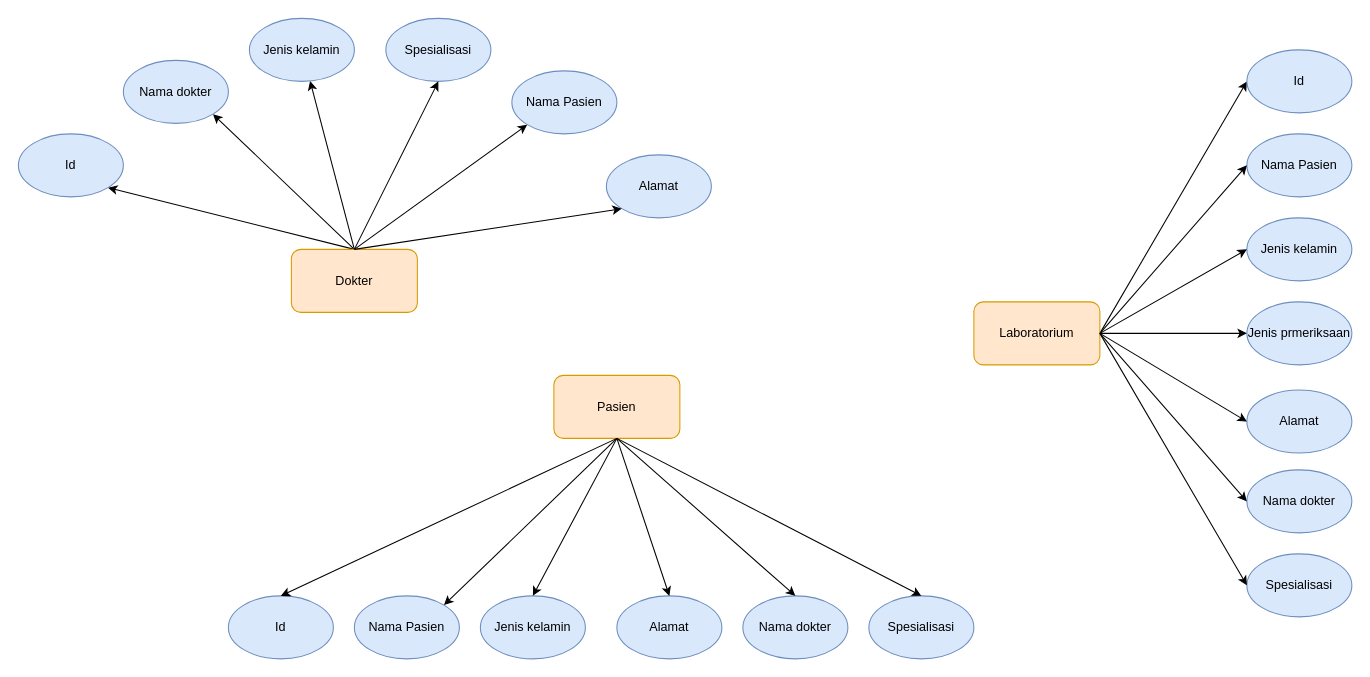
Earlier version of the draw.io diagram pertemuan2/pertemuan2 .drawio (Nurrohman10/IF214002). Source tidied: cells renumbered, new cells numbered last; positions are measured from the earlier drawing's top-left corner, leaving out a move shared by most shapes. Both pictures are drawn from the tidied source at 105%, with x=0, y=0 at pixel (18, 18).
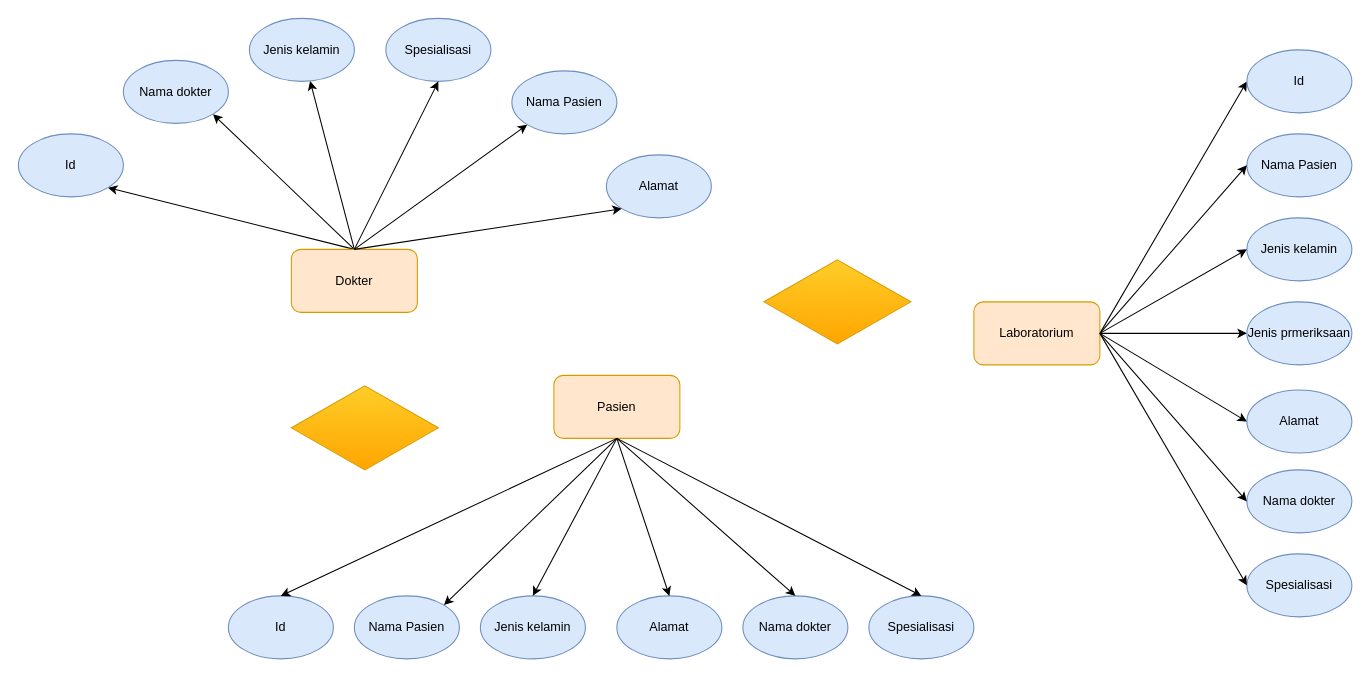
After the change.

Diff of the diagram source:
```diff
@@
+    <mxCell id="43" style="rhombus;whiteSpace=wrap;html=1;fillColor=#ffcd28;strokeColor=#d79b00;gradientColor=#ffa500;" parent="1" vertex="1">
+      <mxGeometry x="710" y="230" width="140" height="80" as="geometry" />
+    </mxCell>
+    <mxCell id="44" style="rhombus;whiteSpace=wrap;html=1;fillColor=#ffcd28;strokeColor=#d79b00;gradientColor=#ffa500;" parent="1" vertex="1">
+      <mxGeometry x="260" y="350" width="140" height="80" as="geometry" />
+    </mxCell>
```
